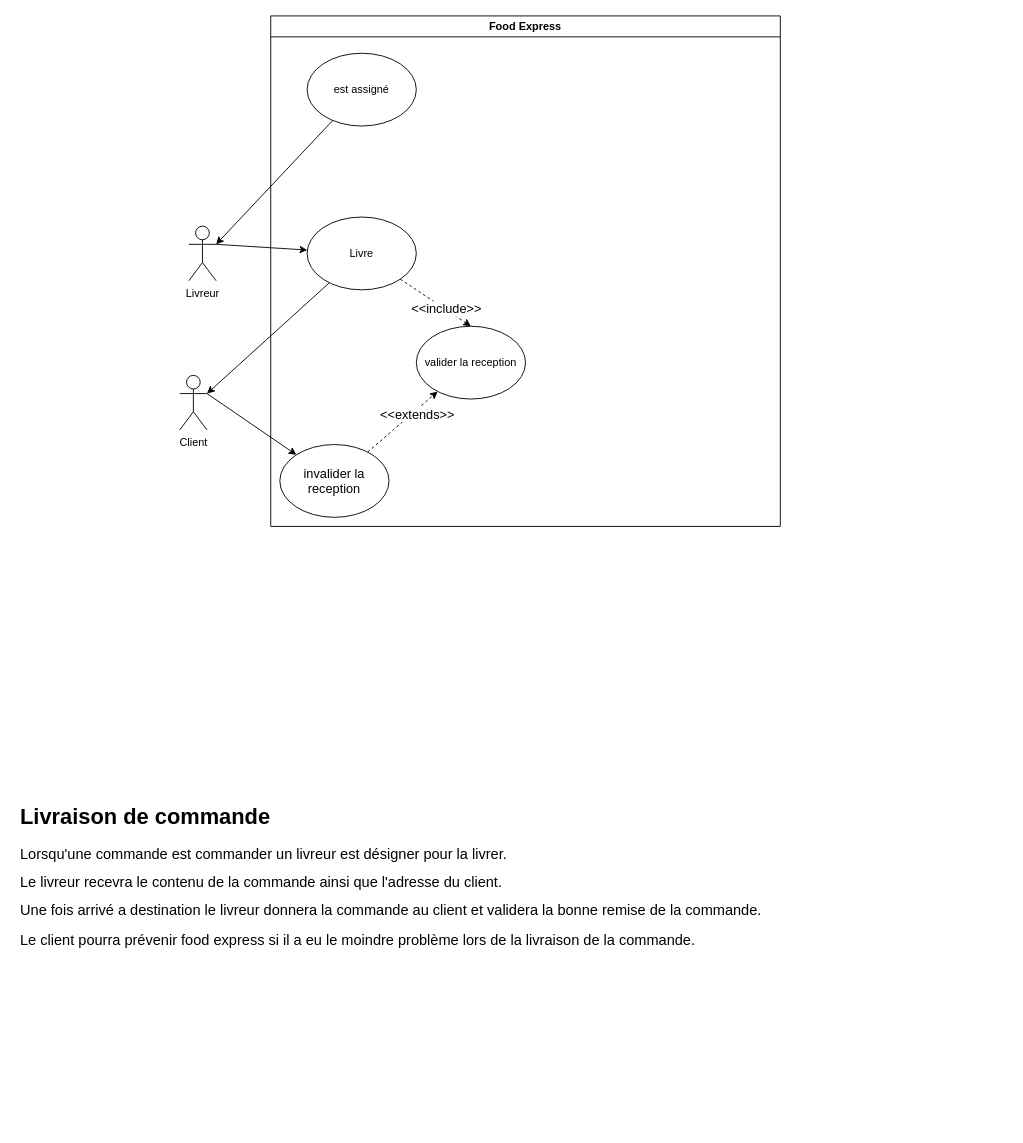
Earlier version of the draw.io diagram livraison_de_commande.drawio (sebastien-deren/projet_4). Source tidied: cells renumbered, new cells numbered last; positions are measured from the earlier drawing's top-left corner, leaving out a move shared by most shapes. Both pictures are drawn from the tidied source at 91%, with x=0, y=0 at pixel (15, 15).
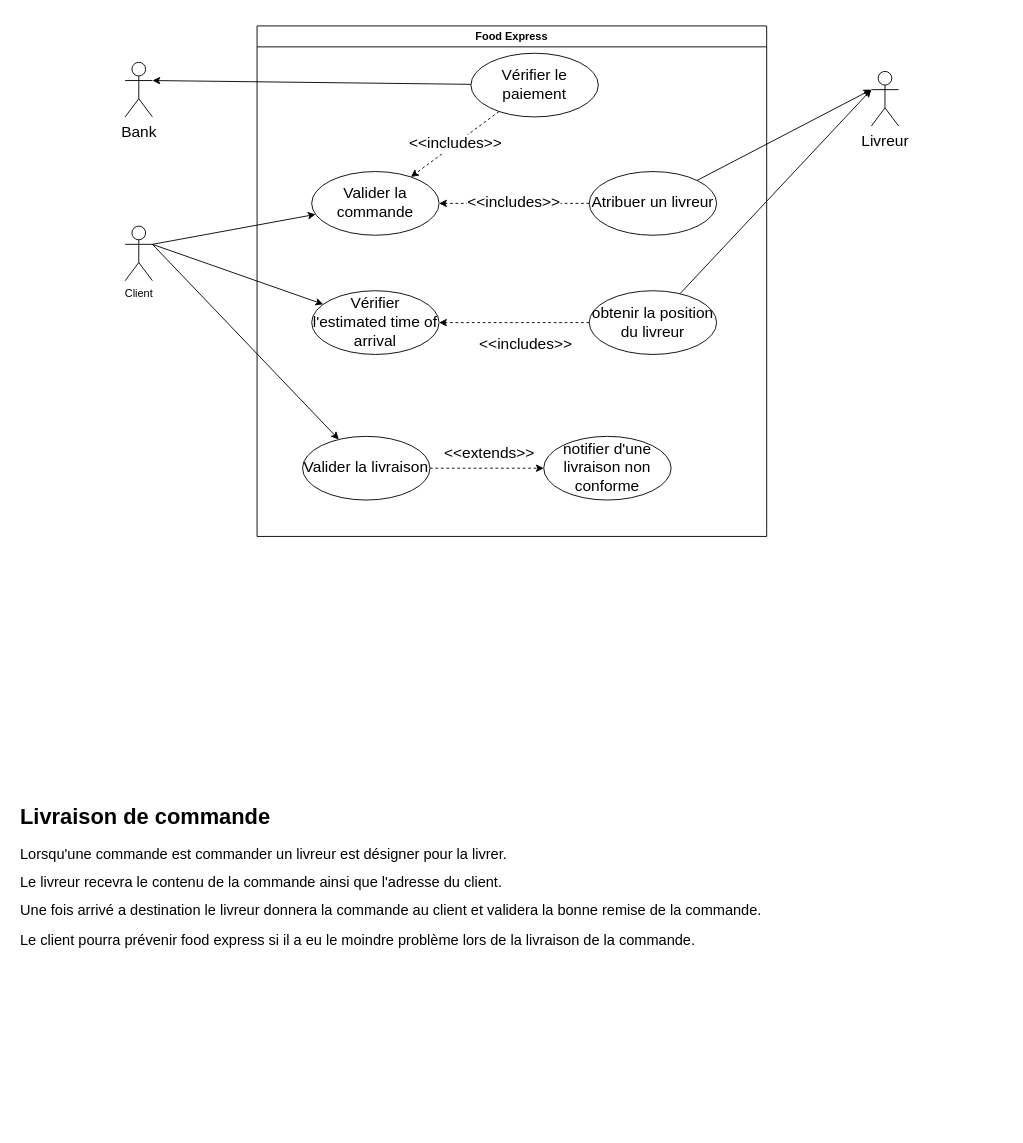
The same page after the edit.

Commit message:
Mettre à jour livraison_de_commande.drawio

What changed in the source:
```diff
@@
-    <mxCell id="2" value="Livreur" style="shape=umlActor;verticalLabelPosition=bottom;verticalAlign=top;html=1;outlineConnect=0;" parent="1" vertex="1">
-      <mxGeometry x="190" y="231" width="30" height="60" as="geometry" />
-    </mxCell>
     <mxCell id="3" value="Food Express" style="swimlane;whiteSpace=wrap;html=1;" parent="1" vertex="1">
-      <mxGeometry x="280" width="560" height="561" as="geometry" />
+      <mxGeometry x="265" y="11" width="560" height="561" as="geometry" />
     </mxCell>
-    <mxCell id="4" value="est assigné" style="ellipse;whiteSpace=wrap;html=1;" parent="3" vertex="1">
-      <mxGeometry x="40" y="41" width="120" height="80" as="geometry" />
-    </mxCell>
-    <mxCell id="5" value="Livre" style="ellipse;whiteSpace=wrap;html=1;" parent="3" vertex="1">
-      <mxGeometry x="40" y="221" width="120" height="80" as="geometry" />
-    </mxCell>
-    <mxCell id="6" value="valider la reception" style="ellipse;whiteSpace=wrap;html=1;" parent="3" vertex="1">
-      <mxGeometry x="160" y="341" width="120" height="80" as="geometry" />
-    </mxCell>
-    <mxCell id="7" style="endArrow=classic;html=1;rounded=0;entryX=0.5;entryY=0;entryDx=0;entryDy=0;dashed=1;" parent="3" edge="1" source="5" target="6">
-      <mxGeometry relative="1" as="geometry" />
-    </mxCell>
-    <mxCell id="8" value="&lt;font style=&quot;font-size: 14px;&quot;&gt;&amp;lt;&amp;lt;include&amp;gt;&amp;gt;&lt;/font&gt;" style="edgeLabel;html=1;align=center;verticalAlign=middle;" parent="7" vertex="1">
-      <mxGeometry x="0.26" y="1" relative="1" as="geometry" />
-    </mxCell>
-    <mxCell id="9" value="invalider la reception" style="ellipse;whiteSpace=wrap;html=1;fontSize=14;" parent="3" vertex="1">
-      <mxGeometry x="10" y="471" width="120" height="80" as="geometry" />
-    </mxCell>
-    <mxCell id="10" style="endArrow=classic;html=1;rounded=0;fontSize=14;dashed=1;" parent="3" edge="1" source="9" target="6">
-      <mxGeometry relative="1" as="geometry" />
-    </mxCell>
+    <mxCell id="18" value="Valider la commande" style="ellipse;whiteSpace=wrap;html=1;fontSize=17;" parent="3" vertex="1">
+      <mxGeometry x="60" y="160" width="140" height="70" as="geometry" />
+    </mxCell>
+    <mxCell id="19" value="Vérifier l'estimated time of arrival" style="ellipse;whiteSpace=wrap;html=1;fontSize=17;" parent="3" vertex="1">
+      <mxGeometry x="60" y="291" width="140" height="70" as="geometry" />
+    </mxCell>
+    <mxCell id="20" value="Valider la livraison" style="ellipse;whiteSpace=wrap;html=1;fontSize=17;" parent="3" vertex="1">
+      <mxGeometry x="50" y="451" width="140" height="70" as="geometry" />
+    </mxCell>
+    <mxCell id="21" value="Vérifier le paiement" style="ellipse;whiteSpace=wrap;html=1;fontSize=17;" parent="3" vertex="1">
+      <mxGeometry x="235" y="30" width="140" height="70" as="geometry" />
+    </mxCell>
+    <mxCell id="22" value="&amp;lt;&amp;lt;includes&amp;gt;&amp;gt;" style="endArrow=classic;html=1;rounded=0;fontSize=17;dashed=1;" parent="3" edge="1" source="21" target="18">
+      <mxGeometry relative="1" as="geometry" />
+    </mxCell>
+    <mxCell id="23" value="Atribuer un livreur" style="ellipse;whiteSpace=wrap;html=1;fontSize=17;" parent="3" vertex="1">
+      <mxGeometry x="365" y="160" width="140" height="70" as="geometry" />
+    </mxCell>
+    <mxCell id="24" value="&amp;lt;&amp;lt;includes&amp;gt;&amp;gt;" style="endArrow=classic;html=1;rounded=0;fontSize=17;dashed=1;" parent="3" edge="1" source="23" target="18">
+      <mxGeometry relative="1" as="geometry" />
+    </mxCell>
+    <mxCell id="25" value="obtenir la position du livreur" style="ellipse;whiteSpace=wrap;html=1;fontSize=17;" parent="3" vertex="1">
+      <mxGeometry x="365" y="291" width="140" height="70" as="geometry" />
+    </mxCell>
+    <mxCell id="26" value="&amp;lt;&amp;lt;includes&amp;gt;&amp;gt;" style="endArrow=classic;html=1;rounded=0;fontSize=17;dashed=1;" parent="3" edge="1" source="25" target="19">
+      <mxGeometry x="-0.15" y="24" relative="1" as="geometry" />
+    </mxCell>
+    <mxCell id="27" value="notifier d'une livraison non conforme" style="ellipse;whiteSpace=wrap;html=1;fontSize=17;" parent="3" vertex="1">
+      <mxGeometry x="315" y="451" width="140" height="70" as="geometry" />
+    </mxCell>
-    <mxCell id="11" value="&amp;lt;&amp;lt;extends&amp;gt;&amp;gt;" style="edgeLabel;html=1;align=center;verticalAlign=middle;fontSize=14;" parent="10" vertex="1">
-      <mxGeometry x="0.33" y="-4" relative="1" as="geometry" />
+    <mxCell id="11" value="&amp;lt;&amp;lt;extends&amp;gt;&amp;gt;" style="endArrow=classic;html=1;rounded=0;dashed=1;fontSize=17;" parent="3" edge="1" source="20" target="27">
+      <mxGeometry x="0.04" y="16" relative="1" as="geometry" />
     </mxCell>
     <mxCell id="12" value="Client" style="shape=umlActor;verticalLabelPosition=bottom;verticalAlign=top;html=1;outlineConnect=0;" parent="1" vertex="1">
-      <mxGeometry x="180" y="395" width="30" height="60" as="geometry" />
+      <mxGeometry x="120" y="231" width="30" height="60" as="geometry" />
     </mxCell>
@@
-    <mxCell id="14" style="endArrow=classic;html=1;rounded=0;entryX=1;entryY=0.3333333333333333;entryDx=0;entryDy=0;entryPerimeter=0;" parent="1" edge="1" source="4" target="2">
-      <mxGeometry relative="1" as="geometry" />
-    </mxCell>
-    <mxCell id="15" style="endArrow=classic;html=1;rounded=0;entryX=1;entryY=0.3333333333333333;entryDx=0;entryDy=0;entryPerimeter=0;" parent="1" edge="1" source="5" target="12">
-      <mxGeometry relative="1" as="geometry" />
-    </mxCell>
-    <mxCell id="16" style="endArrow=classic;html=1;rounded=0;exitX=1;exitY=0.3333333333333333;exitDx=0;exitDy=0;exitPerimeter=0;" parent="1" edge="1" source="2" target="5">
-      <mxGeometry relative="1" as="geometry" />
-    </mxCell>
-    <mxCell id="17" style="endArrow=classic;html=1;rounded=0;fontSize=14;exitX=1;exitY=0.3333333333333333;exitDx=0;exitDy=0;exitPerimeter=0;" parent="1" edge="1" source="12" target="9">
+    <mxCell id="17" style="endArrow=classic;html=1;rounded=0;fontSize=14;exitX=1;exitY=0.3333333333333333;exitDx=0;exitDy=0;exitPerimeter=0;" parent="1" edge="1" source="12" target="18">
       <mxGeometry relative="1" as="geometry" />
     </mxCell>
+    <mxCell id="28" style="endArrow=classic;html=1;rounded=0;fontSize=17;" parent="1" edge="1" target="19">
+      <mxGeometry relative="1" as="geometry">
+        <mxPoint x="150" y="251" as="sourcePoint" />
+      </mxGeometry>
+    </mxCell>
+    <mxCell id="29" style="endArrow=classic;html=1;rounded=0;fontSize=17;" parent="1" edge="1" target="20">
+      <mxGeometry relative="1" as="geometry">
+        <mxPoint x="150" y="251" as="sourcePoint" />
+      </mxGeometry>
+    </mxCell>
+    <mxCell id="30" value="Bank" style="shape=umlActor;verticalLabelPosition=bottom;verticalAlign=top;html=1;fontSize=17;" parent="1" vertex="1">
+      <mxGeometry x="120" y="51" width="30" height="60" as="geometry" />
+    </mxCell>
+    <mxCell id="2" value="Livreur" style="shape=umlActor;verticalLabelPosition=bottom;verticalAlign=top;html=1;fontSize=17;" parent="1" vertex="1">
+      <mxGeometry x="940" y="61" width="30" height="60" as="geometry" />
+    </mxCell>
+    <mxCell id="31" style="endArrow=classic;html=1;rounded=0;fontSize=17;entryX=1;entryY=0.3333333333333333;entryDx=0;entryDy=0;entryPerimeter=0;" parent="1" edge="1" source="21" target="30">
+      <mxGeometry relative="1" as="geometry" />
+    </mxCell>
+    <mxCell id="32" style="endArrow=classic;html=1;rounded=0;fontSize=17;entryX=0;entryY=0.3333333333333333;entryDx=0;entryDy=0;entryPerimeter=0;" parent="1" edge="1" source="23" target="2">
+      <mxGeometry relative="1" as="geometry" />
+    </mxCell>
+    <mxCell id="33" style="endArrow=classic;html=1;rounded=0;fontSize=17;" parent="1" edge="1" source="25">
+      <mxGeometry relative="1" as="geometry">
+        <mxPoint x="940" y="81" as="targetPoint" />
+      </mxGeometry>
+    </mxCell>
```
